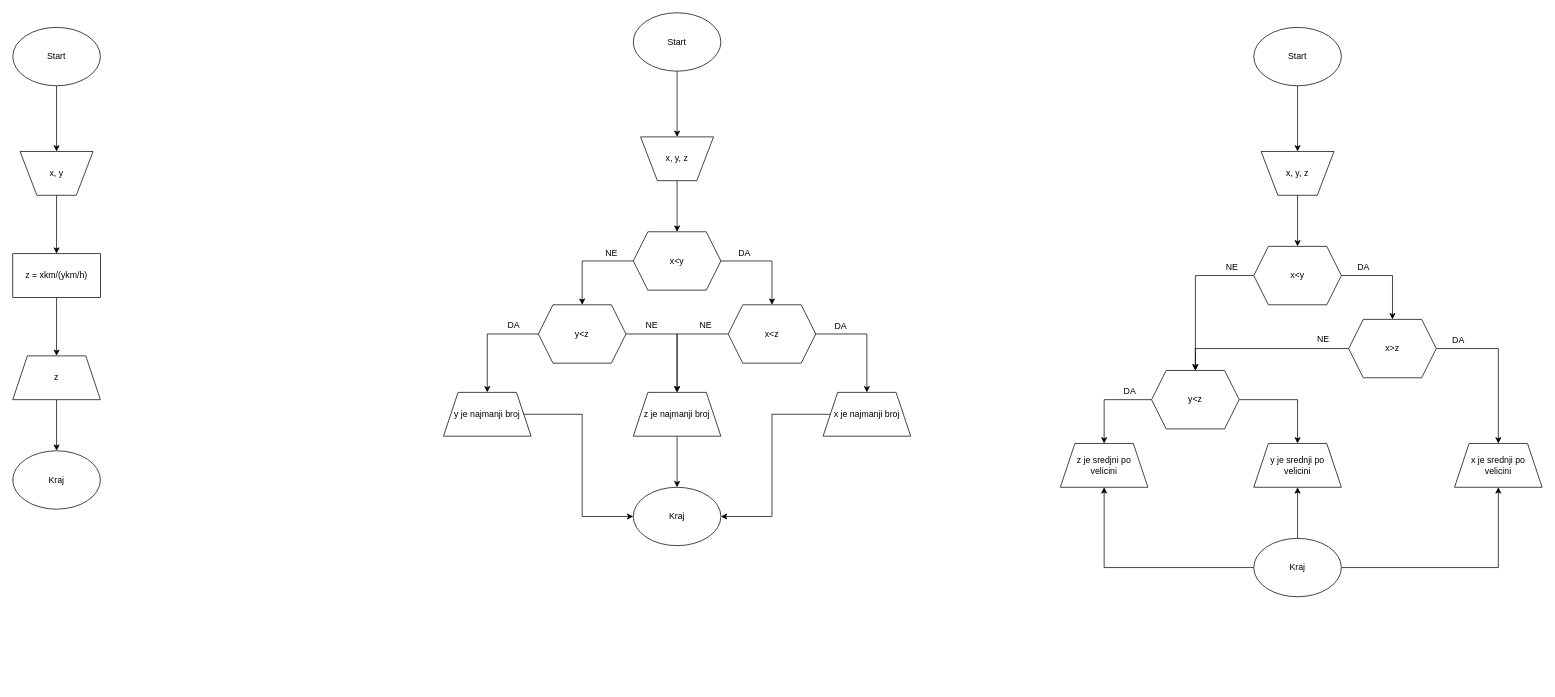
Above: Untitled Diagram.drawio in stashat/Test (draw.io), before the change. Source tidied: cells renumbered, new cells numbered last; positions are measured from the earlier drawing's top-left corner, leaving out a move shared by most shapes. Both pictures are drawn from the tidied source at 73%, with x=0, y=0 at pixel (12, 12).
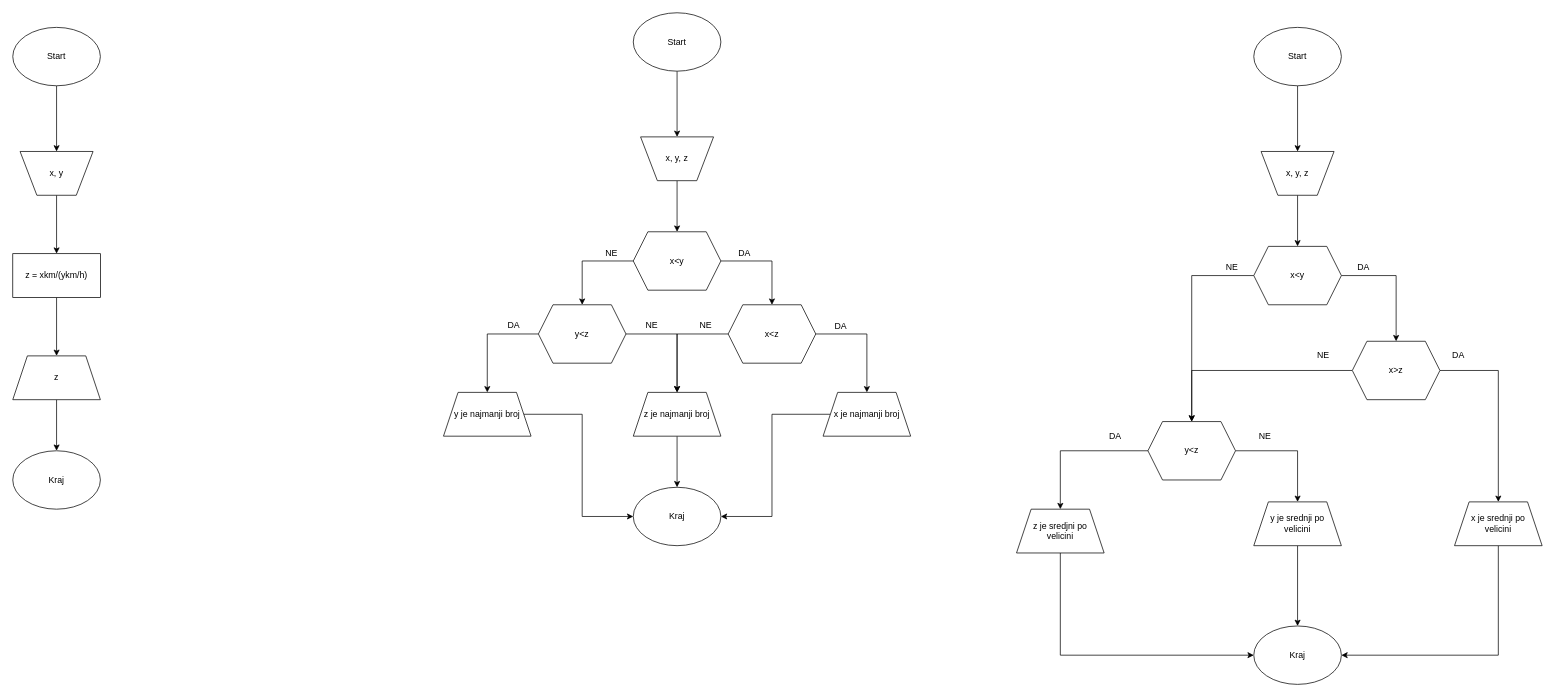
The same diagram, later.

What changed in the source:
```diff
@@
     <mxCell id="40" value="x&amp;gt;z" style="shape=hexagon;perimeter=hexagonPerimeter2;whiteSpace=wrap;html=1;fixedSize=1;rounded=0;fillColor=#FFFFFF;arcSize=10;" parent="1" vertex="1">
-      <mxGeometry x="1830" y="420" width="120" height="80" as="geometry" />
+      <mxGeometry x="1835" y="450" width="120" height="80" as="geometry" />
     </mxCell>
@@
     <mxCell id="43" value="y&amp;lt;z" style="shape=hexagon;perimeter=hexagonPerimeter2;whiteSpace=wrap;html=1;fixedSize=1;rounded=0;fillColor=#FFFFFF;arcSize=10;" parent="1" vertex="1">
-      <mxGeometry x="1560" y="490" width="120" height="80" as="geometry" />
+      <mxGeometry x="1555" y="560" width="120" height="80" as="geometry" />
     </mxCell>
+    <mxCell id="62" style="edgeStyle=orthogonalEdgeStyle;rounded=0;jettySize=auto;html=1;entryX=1;entryY=0.5;entryDx=0;entryDy=0;" parent="1" edge="1" source="44" target="61">
+      <mxGeometry relative="1" as="geometry">
+        <Array as="points">
+          <mxPoint x="2035" y="880" />
+        </Array>
+      </mxGeometry>
+    </mxCell>
     <mxCell id="44" value="x je srednji po &lt;br&gt;velicini" style="shape=trapezoid;perimeter=trapezoidPerimeter;whiteSpace=wrap;html=1;fixedSize=1;rounded=0;fillColor=#FFFFFF;arcSize=10;" parent="1" vertex="1">
-      <mxGeometry x="1975" y="590" width="120" height="60" as="geometry" />
+      <mxGeometry x="1975" y="670" width="120" height="60" as="geometry" />
     </mxCell>
+    <mxCell id="63" style="edgeStyle=orthogonalEdgeStyle;rounded=0;jettySize=auto;html=1;entryX=0;entryY=0.5;entryDx=0;entryDy=0;" parent="1" edge="1" source="45" target="61">
+      <mxGeometry relative="1" as="geometry">
+        <Array as="points">
+          <mxPoint x="1435" y="880" />
+        </Array>
+      </mxGeometry>
+    </mxCell>
     <mxCell id="45" value="z je sredjni po&lt;br&gt;velicini" style="shape=trapezoid;perimeter=trapezoidPerimeter;whiteSpace=wrap;html=1;fixedSize=1;rounded=0;fillColor=#FFFFFF;arcSize=10;" parent="1" vertex="1">
-      <mxGeometry x="1435" y="590" width="120" height="60" as="geometry" />
+      <mxGeometry x="1375" y="680" width="120" height="60" as="geometry" />
     </mxCell>
@@
     <mxCell id="54" value="DA" style="text;html=1;align=center;verticalAlign=middle;" parent="1" vertex="1">
-      <mxGeometry x="1965" y="439" width="30" height="20" as="geometry" />
+      <mxGeometry x="1965" y="460" width="30" height="20" as="geometry" />
     </mxCell>
     <mxCell id="55" value="DA" style="text;html=1;align=center;verticalAlign=middle;" parent="1" vertex="1">
-      <mxGeometry x="1515" y="509" width="30" height="20" as="geometry" />
+      <mxGeometry x="1495" y="570" width="30" height="20" as="geometry" />
     </mxCell>
+    <mxCell id="64" style="edgeStyle=orthogonalEdgeStyle;rounded=0;jettySize=auto;html=1;entryX=0.5;entryY=0;entryDx=0;entryDy=0;" parent="1" edge="1" source="56" target="61">
+      <mxGeometry relative="1" as="geometry" />
+    </mxCell>
     <mxCell id="56" value="y je srednji po&lt;br&gt;velicini" style="shape=trapezoid;perimeter=trapezoidPerimeter;whiteSpace=wrap;html=1;fixedSize=1;rounded=0;fillColor=#FFFFFF;arcSize=10;" parent="1" vertex="1">
-      <mxGeometry x="1700" y="590" width="120" height="60" as="geometry" />
+      <mxGeometry x="1700" y="670" width="120" height="60" as="geometry" />
     </mxCell>
     <mxCell id="57" value="NE" style="text;html=1;align=center;verticalAlign=middle;" parent="1" vertex="1">
-      <mxGeometry x="1780" y="438" width="30" height="20" as="geometry" />
+      <mxGeometry x="1780" y="460" width="30" height="20" as="geometry" />
     </mxCell>
-    <mxCell id="58" style="edgeStyle=orthogonalEdgeStyle;rounded=0;jettySize=auto;html=1;entryX=0.5;entryY=1;entryDx=0;entryDy=0;" parent="1" edge="1" source="61" target="44">
-      <mxGeometry relative="1" as="geometry" />
-    </mxCell>
-    <mxCell id="59" style="edgeStyle=orthogonalEdgeStyle;rounded=0;jettySize=auto;html=1;entryX=0.5;entryY=1;entryDx=0;entryDy=0;" parent="1" edge="1" source="61" target="56">
-      <mxGeometry relative="1" as="geometry" />
-    </mxCell>
-    <mxCell id="60" style="edgeStyle=orthogonalEdgeStyle;rounded=0;jettySize=auto;html=1;entryX=0.5;entryY=1;entryDx=0;entryDy=0;" parent="1" edge="1" source="61" target="45">
-      <mxGeometry relative="1" as="geometry" />
-    </mxCell>
     <mxCell id="61" value="Kraj" style="ellipse;whiteSpace=wrap;html=1;rounded=0;fillColor=#FFFFFF;" parent="1" vertex="1">
-      <mxGeometry x="1700" y="720" width="120" height="80" as="geometry" />
+      <mxGeometry x="1700" y="840" width="120" height="80" as="geometry" />
     </mxCell>
+    <mxCell id="65" value="NE" style="text;html=1;align=center;verticalAlign=middle;" parent="1" vertex="1">
+      <mxGeometry x="1700" y="570" width="30" height="20" as="geometry" />
+    </mxCell>
```
